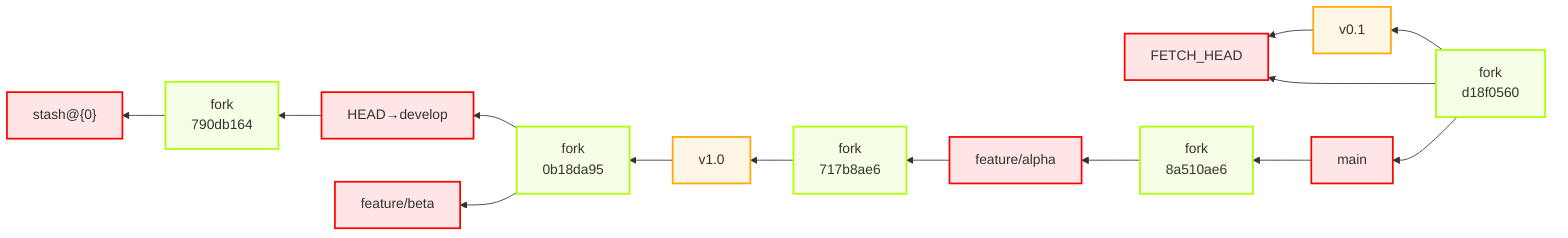
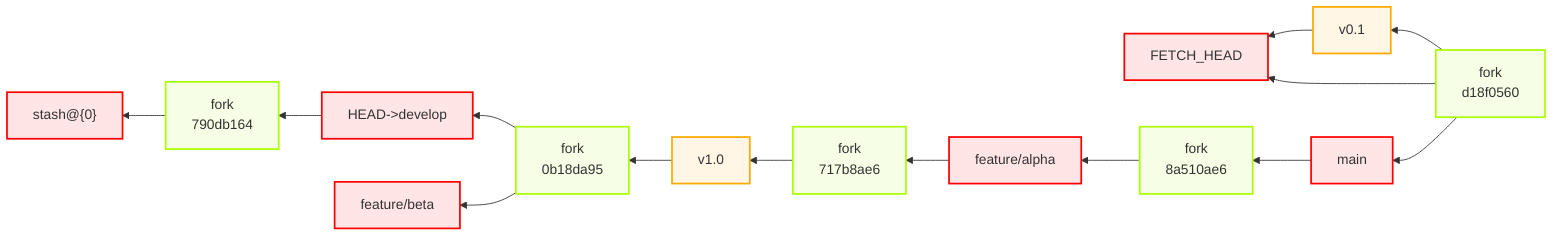
flowchart RL
-     develop["HEAD→develop"]
+     develop["HEAD->develop"]
    feature_alpha["feature/alpha"]
    feature_beta["feature/beta"]
    main["main"]
    v0_1["v0.1"]
    v1_0["v1.0"]
    stash__0_["stash@{0}"]
    FETCH_HEAD["FETCH_HEAD"]
    0b18da950bf84d50fbc7562a4747f13094fc85df["fork<br/>0b18da95"]
    717b8ae6fe822a635bb36b718f6a7cb2a27863a5["fork<br/>717b8ae6"]
    790db164f18098ef413853e56f7d93e70a2c187a["fork<br/>790db164"]
    8a510ae66f449135f143a5099d7f7c8755c8fe9a["fork<br/>8a510ae6"]
    d18f056029432df7a41eacf452447a111f0f4a12["fork<br/>d18f0560"]
    0b18da950bf84d50fbc7562a4747f13094fc85df --> develop
    0b18da950bf84d50fbc7562a4747f13094fc85df --> feature_beta
    790db164f18098ef413853e56f7d93e70a2c187a --> stash__0_
    8a510ae66f449135f143a5099d7f7c8755c8fe9a --> feature_alpha
    717b8ae6fe822a635bb36b718f6a7cb2a27863a5 --> v1_0
    d18f056029432df7a41eacf452447a111f0f4a12 --> main
    v0_1 --> FETCH_HEAD
    feature_alpha --> 717b8ae6fe822a635bb36b718f6a7cb2a27863a5
    main --> 8a510ae66f449135f143a5099d7f7c8755c8fe9a
    d18f056029432df7a41eacf452447a111f0f4a12 --> v0_1
    v1_0 --> 0b18da950bf84d50fbc7562a4747f13094fc85df
    develop --> 790db164f18098ef413853e56f7d93e70a2c187a
    d18f056029432df7a41eacf452447a111f0f4a12 --> FETCH_HEAD
    style develop fill:#ffe5e5,stroke:#ff0000,stroke-width:2px
    style feature_alpha fill:#ffe5e5,stroke:#ff0000,stroke-width:2px
    style feature_beta fill:#ffe5e5,stroke:#ff0000,stroke-width:2px
    style main fill:#ffe5e5,stroke:#ff0000,stroke-width:2px
    style v0_1 fill:#fff6e5,stroke:#ffa900,stroke-width:2px
    style v1_0 fill:#fff6e5,stroke:#ffa900,stroke-width:2px
    style stash__0_ fill:#ffe5e5,stroke:#ff0000,stroke-width:2px
    style FETCH_HEAD fill:#ffe5e5,stroke:#ff0000,stroke-width:2px
    style 0b18da950bf84d50fbc7562a4747f13094fc85df fill:#f6ffe5,stroke:#aaff00,stroke-width:2px
    style 717b8ae6fe822a635bb36b718f6a7cb2a27863a5 fill:#f6ffe5,stroke:#aaff00,stroke-width:2px
    style 790db164f18098ef413853e56f7d93e70a2c187a fill:#f6ffe5,stroke:#aaff00,stroke-width:2px
    style 8a510ae66f449135f143a5099d7f7c8755c8fe9a fill:#f6ffe5,stroke:#aaff00,stroke-width:2px
    style d18f056029432df7a41eacf452447a111f0f4a12 fill:#f6ffe5,stroke:#aaff00,stroke-width:2px
